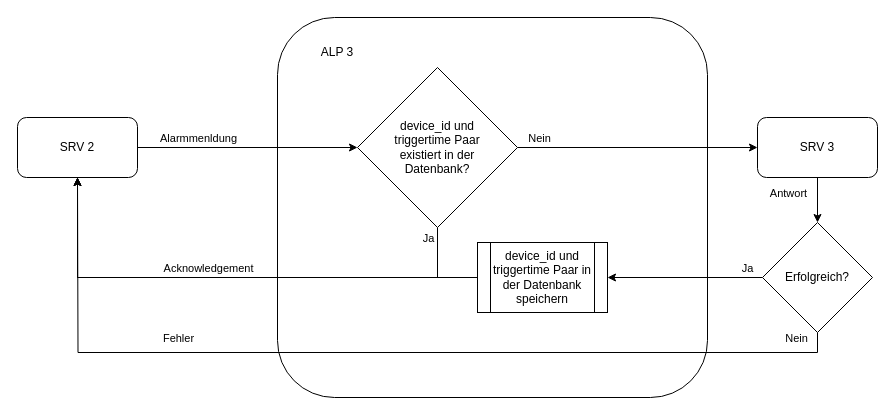
JadKHaddad/MT keeps this draw.io diagram as drawio/a_lps_3.drawio. Above is the earlier version. Source tidied: cells renumbered, new cells numbered last; positions are measured from the earlier drawing's top-left corner, leaving out a move shared by most shapes. Both pictures are drawn from the tidied source at 100%, with x=0, y=0 at pixel (17, 17).
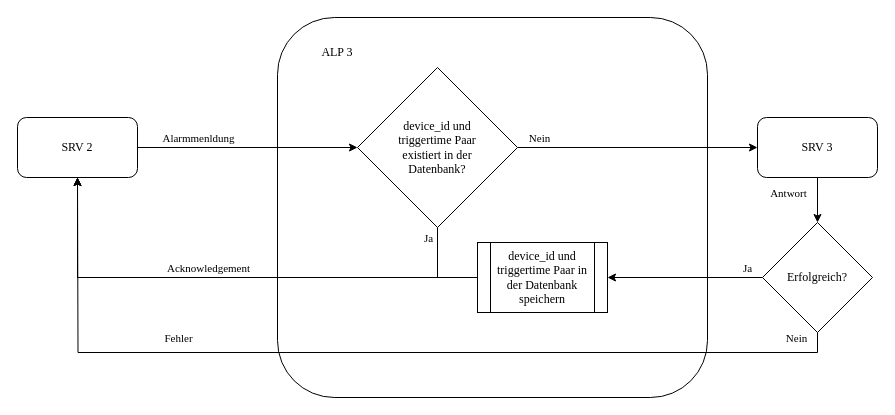
The same page after the edit.

The edit, as a diff of the source:
```diff
@@
-    <mxCell id="2" value="SRV 2" style="rounded=1;whiteSpace=wrap;html=1;" parent="1" vertex="1">
+    <mxCell id="2" value="SRV 2" style="rounded=1;whiteSpace=wrap;html=1;fontFamily=Times New Roman;" parent="1" vertex="1">
       <mxGeometry y="100" width="120" height="60" as="geometry" />
     </mxCell>
-    <mxCell id="3" style="rounded=1;whiteSpace=wrap;html=1;" parent="1" vertex="1">
+    <mxCell id="3" style="rounded=1;whiteSpace=wrap;html=1;fontFamily=Times New Roman;" parent="1" vertex="1">
       <mxGeometry x="260" width="430" height="380" as="geometry" />
     </mxCell>
-    <mxCell id="4" style="edgeStyle=orthogonalEdgeStyle;rounded=0;jettySize=auto;html=1;entryX=0.5;entryY=0;entryDx=0;entryDy=0;" parent="1" edge="1" source="6" target="25">
+    <mxCell id="4" style="edgeStyle=orthogonalEdgeStyle;rounded=0;jettySize=auto;html=1;entryX=0.5;entryY=0;entryDx=0;entryDy=0;fontFamily=Times New Roman;" parent="1" edge="1" source="6" target="25">
       <mxGeometry relative="1" as="geometry" />
     </mxCell>
-    <mxCell id="5" value="Antwort" style="edgeLabel;html=1;align=center;verticalAlign=middle;" parent="4" vertex="1">
+    <mxCell id="5" value="Antwort" style="edgeLabel;html=1;align=center;verticalAlign=middle;fontFamily=Times New Roman;" parent="4" vertex="1">
       <mxGeometry x="-0.22" relative="1" as="geometry">
         <mxPoint x="-30" y="-3" as="offset" />
       </mxGeometry>
     </mxCell>
-    <mxCell id="6" value="SRV 3" style="rounded=1;whiteSpace=wrap;html=1;" parent="1" vertex="1">
+    <mxCell id="6" value="SRV 3" style="rounded=1;whiteSpace=wrap;html=1;fontFamily=Times New Roman;" parent="1" vertex="1">
       <mxGeometry x="740" y="100" width="120" height="60" as="geometry" />
     </mxCell>
-    <mxCell id="7" style="edgeStyle=orthogonalEdgeStyle;rounded=0;jettySize=auto;html=1;entryX=0.5;entryY=1;entryDx=0;entryDy=0;" parent="1" edge="1" source="11" target="2">
+    <mxCell id="7" style="edgeStyle=orthogonalEdgeStyle;rounded=0;jettySize=auto;html=1;entryX=0.5;entryY=1;entryDx=0;entryDy=0;fontFamily=Times New Roman;" parent="1" edge="1" source="11" target="2">
       <mxGeometry relative="1" as="geometry">
         <Array as="points">
           <mxPoint x="420" y="260" />
           <mxPoint x="60" y="260" />
         </Array>
       </mxGeometry>
     </mxCell>
-    <mxCell id="8" value="Ja" style="edgeLabel;html=1;align=center;verticalAlign=middle;" parent="7" vertex="1">
+    <mxCell id="8" value="Ja" style="edgeLabel;html=1;align=center;verticalAlign=middle;fontFamily=Times New Roman;" parent="7" vertex="1">
       <mxGeometry x="-0.91" y="-4" relative="1" as="geometry">
         <mxPoint x="-6" y="-13" as="offset" />
       </mxGeometry>
     </mxCell>
-    <mxCell id="9" style="edgeStyle=orthogonalEdgeStyle;rounded=0;jettySize=auto;html=1;" parent="1" edge="1" source="11" target="6">
+    <mxCell id="9" style="edgeStyle=orthogonalEdgeStyle;rounded=0;jettySize=auto;html=1;fontFamily=Times New Roman;" parent="1" edge="1" source="11" target="6">
       <mxGeometry relative="1" as="geometry" />
     </mxCell>
-    <mxCell id="10" value="Nein" style="edgeLabel;html=1;align=center;verticalAlign=middle;" parent="9" vertex="1">
+    <mxCell id="10" value="Nein" style="edgeLabel;html=1;align=center;verticalAlign=middle;fontFamily=Times New Roman;" parent="9" vertex="1">
       <mxGeometry x="-0.12" relative="1" as="geometry">
         <mxPoint x="-85" y="-10" as="offset" />
       </mxGeometry>
     </mxCell>
-    <mxCell id="11" style="rhombus;whiteSpace=wrap;html=1;" parent="1" vertex="1">
+    <mxCell id="11" style="rhombus;whiteSpace=wrap;html=1;fontFamily=Times New Roman;" parent="1" vertex="1">
       <mxGeometry x="340" y="50" width="160" height="160" as="geometry" />
     </mxCell>
-    <mxCell id="12" style="edgeStyle=orthogonalEdgeStyle;rounded=0;jettySize=auto;html=1;entryX=0.5;entryY=1;entryDx=0;entryDy=0;" parent="1" edge="1" source="14" target="2">
+    <mxCell id="12" style="edgeStyle=orthogonalEdgeStyle;rounded=0;jettySize=auto;html=1;entryX=0.5;entryY=1;entryDx=0;entryDy=0;fontFamily=Times New Roman;" parent="1" edge="1" source="14" target="2">
       <mxGeometry relative="1" as="geometry" />
     </mxCell>
-    <mxCell id="13" value="Acknowledgement" style="edgeLabel;html=1;align=center;verticalAlign=middle;" parent="12" vertex="1">
+    <mxCell id="13" value="Acknowledgement" style="edgeLabel;html=1;align=center;verticalAlign=middle;fontFamily=Times New Roman;" parent="12" vertex="1">
       <mxGeometry x="0.08" y="-1" relative="1" as="geometry">
         <mxPoint y="-9" as="offset" />
       </mxGeometry>
     </mxCell>
-    <mxCell id="14" value="device_id und triggertime Paar in der Datenbank speichern" style="shape=process;whiteSpace=wrap;html=1;backgroundOutline=1;" parent="1" vertex="1">
+    <mxCell id="14" value="device_id und triggertime Paar in der Datenbank speichern" style="shape=process;whiteSpace=wrap;html=1;backgroundOutline=1;fontFamily=Times New Roman;" parent="1" vertex="1">
       <mxGeometry x="460" y="225" width="130" height="70" as="geometry" />
     </mxCell>
-    <mxCell id="15" style="edgeStyle=orthogonalEdgeStyle;rounded=0;jettySize=auto;html=1;entryX=0;entryY=0.5;entryDx=0;entryDy=0;" parent="1" edge="1" source="2" target="11">
+    <mxCell id="15" style="edgeStyle=orthogonalEdgeStyle;rounded=0;jettySize=auto;html=1;entryX=0;entryY=0.5;entryDx=0;entryDy=0;fontFamily=Times New Roman;" parent="1" edge="1" source="2" target="11">
       <mxGeometry relative="1" as="geometry" />
     </mxCell>
-    <mxCell id="16" value="Alarmmenldung" style="edgeLabel;html=1;align=center;verticalAlign=middle;" parent="15" vertex="1">
+    <mxCell id="16" value="Alarmmenldung" style="edgeLabel;html=1;align=center;verticalAlign=middle;fontFamily=Times New Roman;" parent="15" vertex="1">
       <mxGeometry x="-0.2" y="-1" relative="1" as="geometry">
         <mxPoint x="-28" y="-11" as="offset" />
       </mxGeometry>
     </mxCell>
-    <mxCell id="17" style="edgeStyle=orthogonalEdgeStyle;rounded=0;orthogonalLoop=1;jettySize=auto;html=1;exitX=0.5;exitY=1;exitDx=0;exitDy=0;" parent="1" edge="1">
+    <mxCell id="17" style="edgeStyle=orthogonalEdgeStyle;rounded=0;orthogonalLoop=1;jettySize=auto;html=1;exitX=0.5;exitY=1;exitDx=0;exitDy=0;fontFamily=Times New Roman;" parent="1" edge="1">
       <mxGeometry relative="1" as="geometry">
         <mxPoint x="545" y="345" as="sourcePoint" />
         <mxPoint x="545" y="345" as="targetPoint" />
       </mxGeometry>
     </mxCell>
-    <mxCell id="18" value="ALP 3" style="text;html=1;whiteSpace=wrap;strokeColor=none;fillColor=none;align=center;verticalAlign=middle;rounded=0;" parent="1" vertex="1">
+    <mxCell id="18" value="ALP 3" style="text;html=1;whiteSpace=wrap;strokeColor=none;fillColor=none;align=center;verticalAlign=middle;rounded=0;fontFamily=Times New Roman;" parent="1" vertex="1">
       <mxGeometry x="290" y="20" width="60" height="30" as="geometry" />
     </mxCell>
-    <mxCell id="19" value="device_id und triggertime Paar existiert in der Datenbank?" style="text;html=1;whiteSpace=wrap;strokeColor=none;fillColor=none;align=center;verticalAlign=middle;rounded=0;" parent="1" vertex="1">
+    <mxCell id="19" value="device_id und triggertime Paar existiert in der Datenbank?" style="text;html=1;whiteSpace=wrap;strokeColor=none;fillColor=none;align=center;verticalAlign=middle;rounded=0;fontFamily=Times New Roman;" parent="1" vertex="1">
       <mxGeometry x="360" y="87.5" width="120" height="85" as="geometry" />
     </mxCell>
-    <mxCell id="20" style="edgeStyle=orthogonalEdgeStyle;rounded=0;jettySize=auto;html=1;" parent="1" edge="1" source="25" target="14">
+    <mxCell id="20" style="edgeStyle=orthogonalEdgeStyle;rounded=0;jettySize=auto;html=1;fontFamily=Times New Roman;" parent="1" edge="1" source="25" target="14">
       <mxGeometry relative="1" as="geometry" />
     </mxCell>
-    <mxCell id="21" value="Ja" style="edgeLabel;html=1;align=center;verticalAlign=middle;" parent="20" vertex="1">
+    <mxCell id="21" value="Ja" style="edgeLabel;html=1;align=center;verticalAlign=middle;fontFamily=Times New Roman;" parent="20" vertex="1">
       <mxGeometry x="-0.02" y="-1" relative="1" as="geometry">
         <mxPoint x="60" y="-9" as="offset" />
       </mxGeometry>
     </mxCell>
-    <mxCell id="22" style="edgeStyle=orthogonalEdgeStyle;rounded=0;jettySize=auto;html=1;exitX=0.5;exitY=1;exitDx=0;exitDy=0;" parent="1" edge="1" source="25">
+    <mxCell id="22" style="edgeStyle=orthogonalEdgeStyle;rounded=0;jettySize=auto;html=1;exitX=0.5;exitY=1;exitDx=0;exitDy=0;fontFamily=Times New Roman;" parent="1" edge="1" source="25">
       <mxGeometry relative="1" as="geometry">
         <mxPoint x="60" y="160" as="targetPoint" />
       </mxGeometry>
     </mxCell>
-    <mxCell id="23" value="Nein" style="edgeLabel;html=1;align=center;verticalAlign=middle;" parent="22" vertex="1">
+    <mxCell id="23" value="Nein" style="edgeLabel;html=1;align=center;verticalAlign=middle;fontFamily=Times New Roman;" parent="22" vertex="1">
       <mxGeometry x="-0.83" y="2" relative="1" as="geometry">
         <mxPoint x="37" y="-17" as="offset" />
       </mxGeometry>
     </mxCell>
-    <mxCell id="24" value="Fehler" style="edgeLabel;html=1;align=center;verticalAlign=middle;" parent="22" vertex="1">
+    <mxCell id="24" value="Fehler" style="edgeLabel;html=1;align=center;verticalAlign=middle;fontFamily=Times New Roman;" parent="22" vertex="1">
       <mxGeometry x="0.39" relative="1" as="geometry">
         <mxPoint x="-11" y="-15" as="offset" />
       </mxGeometry>
     </mxCell>
-    <mxCell id="25" value="Erfolgreich?" style="rhombus;whiteSpace=wrap;html=1;" parent="1" vertex="1">
+    <mxCell id="25" value="Erfolgreich?" style="rhombus;whiteSpace=wrap;html=1;fontFamily=Times New Roman;" parent="1" vertex="1">
       <mxGeometry x="745" y="205" width="110" height="110" as="geometry" />
     </mxCell>
```
